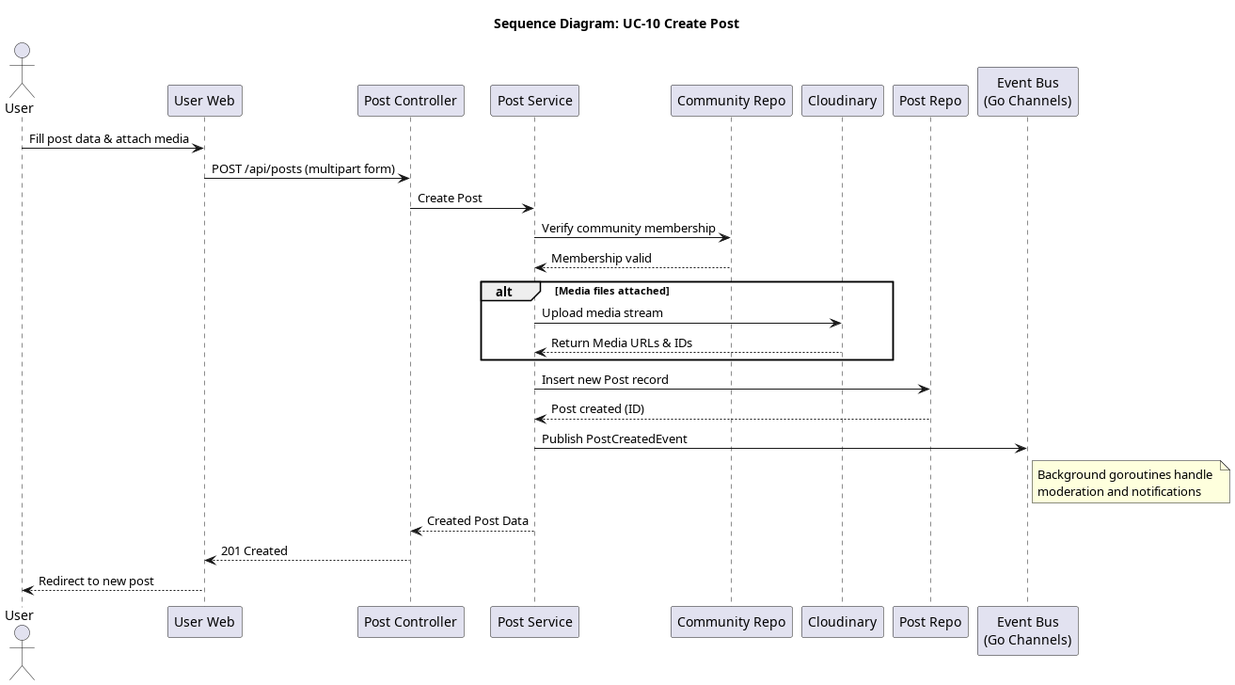
This is docs/srs_add/SAD/diagrams/seq_10_create_post.png from giakiet05/lkforum-new, a PlantUML export, as it was before one commit.
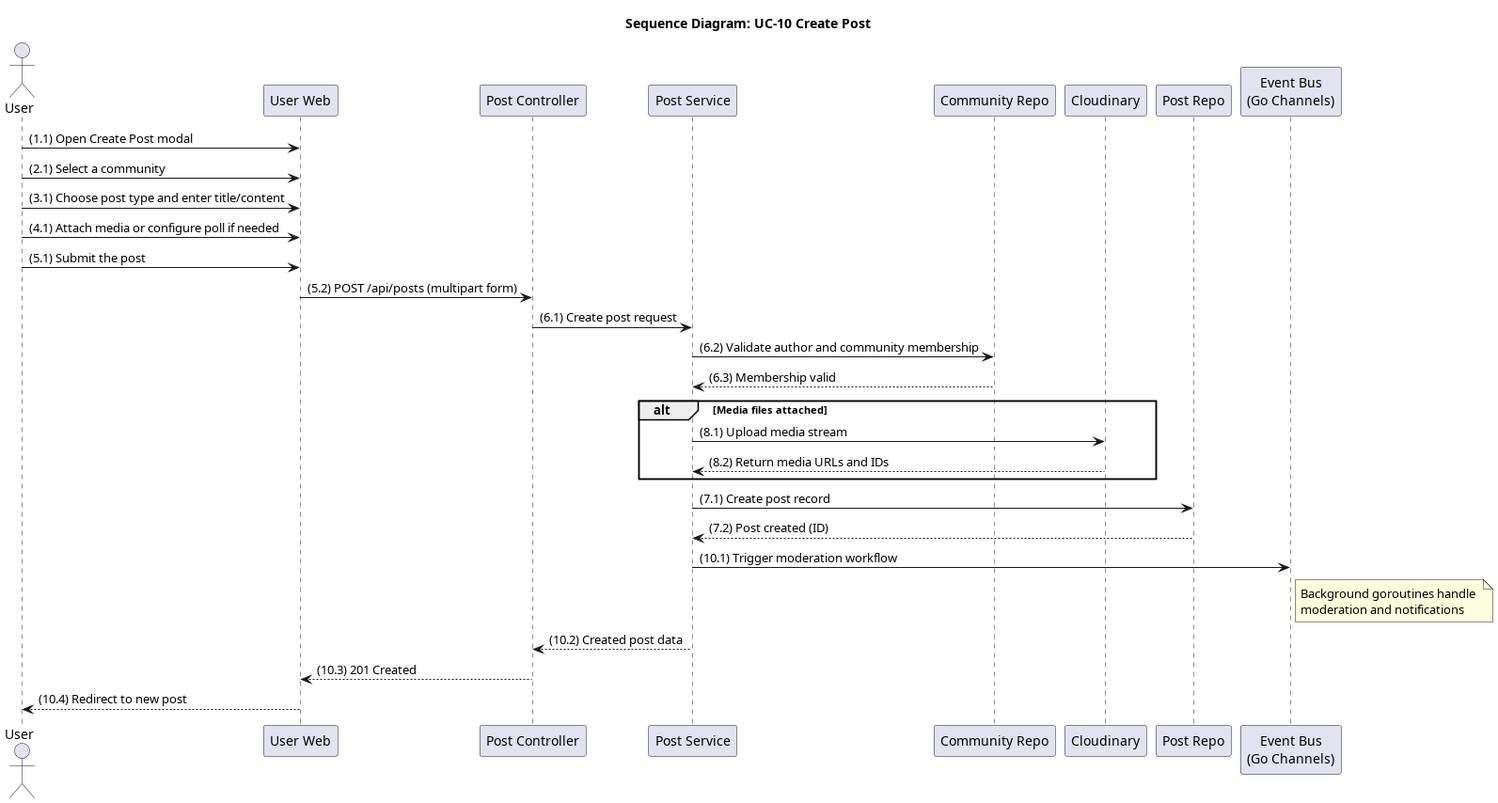
Above is the later version.

Diff of the diagram source:
```diff
@@ -10,27 +10,31 @@
 participant "Post Repo" as PostRepo
 participant "Event Bus\n(Go Channels)" as EventBus
 
-User -> Frontend: Fill post data & attach media
-Frontend -> Controller: POST /api/posts (multipart form)
-Controller -> Service: Create Post
-Service -> CommRepo: Verify community membership
-CommRepo --> Service: Membership valid
+User -> Frontend: (1.1) Open Create Post modal
+User -> Frontend: (2.1) Select a community
+User -> Frontend: (3.1) Choose post type and enter title/content
+User -> Frontend: (4.1) Attach media or configure poll if needed
+User -> Frontend: (5.1) Submit the post
+Frontend -> Controller: (5.2) POST /api/posts (multipart form)
+Controller -> Service: (6.1) Create post request
+Service -> CommRepo: (6.2) Validate author and community membership
+CommRepo --> Service: (6.3) Membership valid
 
 alt Media files attached
-    Service -> Cloudinary: Upload media stream
-    Cloudinary --> Service: Return Media URLs & IDs
+    Service -> Cloudinary: (8.1) Upload media stream
+    Cloudinary --> Service: (8.2) Return media URLs and IDs
 end
 
-Service -> PostRepo: Insert new Post record
-PostRepo --> Service: Post created (ID)
+Service -> PostRepo: (7.1) Create post record
+PostRepo --> Service: (7.2) Post created (ID)
 
-Service -> EventBus: Publish PostCreatedEvent
+Service -> EventBus: (10.1) Trigger moderation workflow
 note right of EventBus
   Background goroutines handle
   moderation and notifications
 end note
 
-Service --> Controller: Created Post Data
-Controller --> Frontend: 201 Created
-Frontend --> User: Redirect to new post
+Service --> Controller: (10.2) Created post data
+Controller --> Frontend: (10.3) 201 Created
+Frontend --> User: (10.4) Redirect to new post
 @enduml
```
